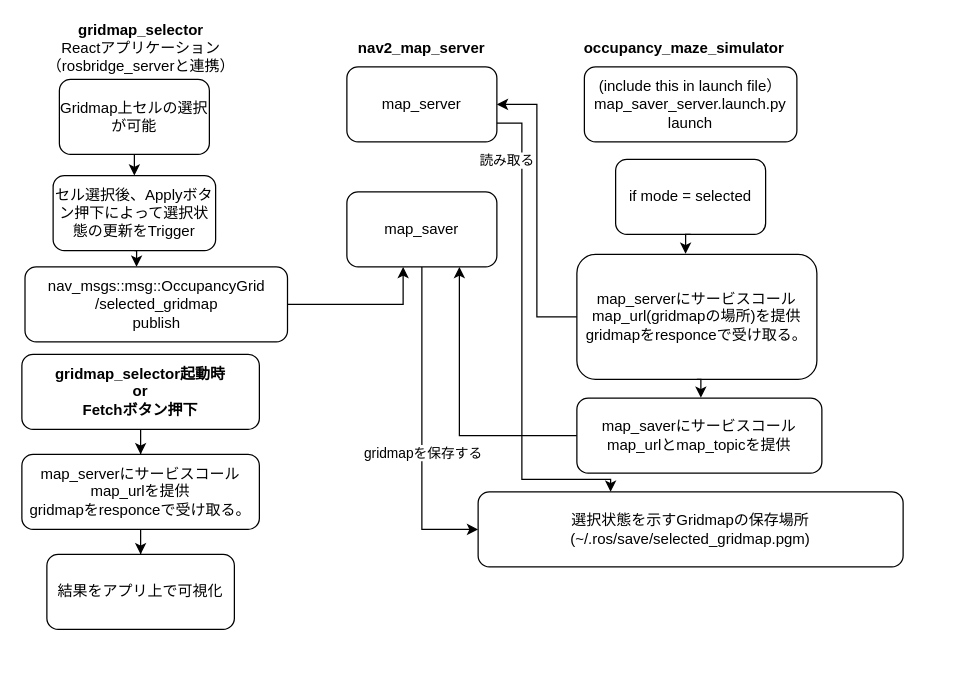
Above: occupancy_maze_simulator/doc/customizable_gridmap_handling.drawio in pampem/OccupancyMazeSimulator (draw.io), before the change. Source tidied: cells renumbered, new cells numbered last; positions are measured from the earlier drawing's top-left corner, leaving out a move shared by most shapes. Both pictures are drawn from the tidied source at 125%, with x=0, y=0 at pixel (21, 22).
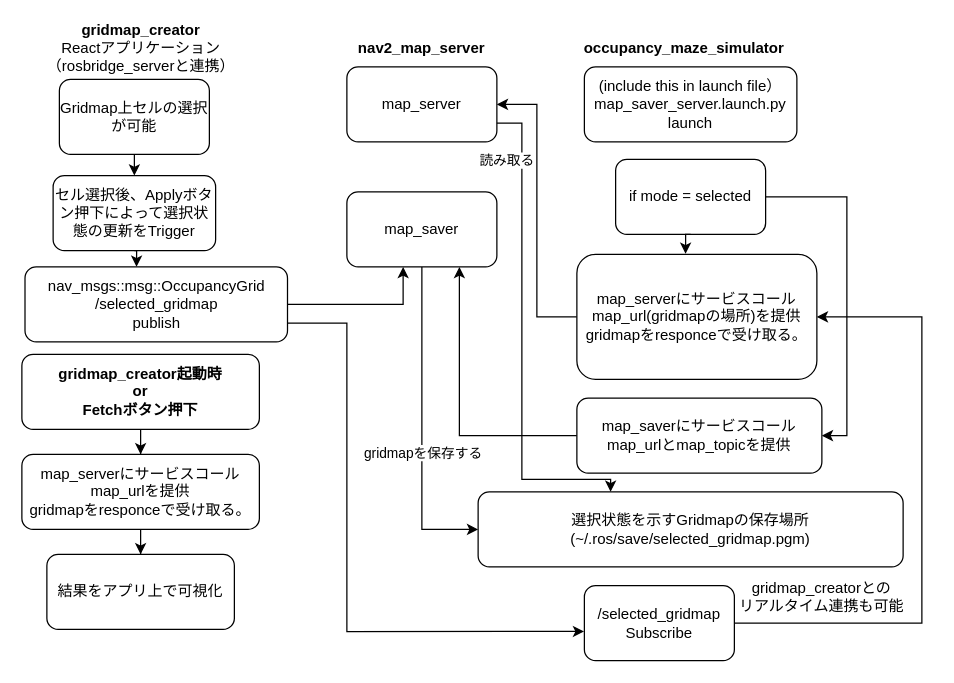
After the change.

Commit message (it also covers changes not shown here):
Updates diagram and image for gridmap handling

The change refers to these unchanged cells:
```xml
<mxCell id="6" value="nav_msgs::msg::OccupancyGrid&lt;div&gt;/selected_gridmap&lt;/div&gt;&lt;div&gt;publish&lt;/div&gt;" style="rounded=1;whiteSpace=wrap;html=1;" parent="1" vertex="1">
  <mxGeometry x="2.5" y="195" width="210" height="60" as="geometry" />
</mxCell>
<mxCell id="11" value="if mode = selected" style="rounded=1;whiteSpace=wrap;html=1;" parent="1" vertex="1">
  <mxGeometry x="475" y="109" width="120" height="60" as="geometry" />
</mxCell>
<mxCell id="13" value="map_serverにサービスコール&lt;div&gt;map_url(gridmapの場所)を提供&lt;/div&gt;&lt;div&gt;gridmapをresponceで受け取る。&lt;/div&gt;" style="rounded=1;whiteSpace=wrap;html=1;" parent="1" vertex="1">
  <mxGeometry x="444" y="185" width="192" height="100" as="geometry" />
</mxCell>
<mxCell id="15" value="map_saverにサービスコール&lt;div&gt;map_urlとmap_topicを提供&lt;/div&gt;" style="rounded=1;whiteSpace=wrap;html=1;" parent="1" vertex="1">
  <mxGeometry x="444" y="300" width="196" height="60" as="geometry" />
</mxCell>
```

The edit, as a diff of the source:
```diff
@@
-    <mxCell id="4" value="&lt;div&gt;&lt;b&gt;gridmap_selector&lt;/b&gt;&lt;/div&gt;Reactアプリケーション&lt;div&gt;（rosbridge_serverと連携）&lt;/div&gt;" style="text;html=1;align=center;verticalAlign=middle;whiteSpace=wrap;rounded=0;" parent="1" vertex="1">
+    <mxCell id="4" value="&lt;div&gt;&lt;b&gt;gridmap_creator&lt;/b&gt;&lt;/div&gt;Reactアプリケーション&lt;div&gt;（rosbridge_serverと連携）&lt;/div&gt;" style="text;html=1;align=center;verticalAlign=middle;whiteSpace=wrap;rounded=0;" parent="1" vertex="1">
       <mxGeometry x="7.5" width="175" height="40" as="geometry" />
     </mxCell>
@@
+    <mxCell id="31" style="edgeStyle=orthogonalEdgeStyle;rounded=0;jettySize=auto;html=1;exitX=1;exitY=0.5;exitDx=0;exitDy=0;entryX=1;entryY=0.5;entryDx=0;entryDy=0;" parent="1" edge="1" source="11" target="15">
+      <mxGeometry relative="1" as="geometry" />
+    </mxCell>
@@
-    <mxCell id="25" style="edgeStyle=orthogonalEdgeStyle;rounded=0;jettySize=auto;html=1;exitX=0.5;exitY=1;exitDx=0;exitDy=0;entryX=0.506;entryY=-0.006;entryDx=0;entryDy=0;entryPerimeter=0;" parent="1" edge="1" source="13" target="15">
-      <mxGeometry relative="1" as="geometry" />
-    </mxCell>
@@
-    <mxCell id="27" value="&lt;b&gt;gridmap_selector起動時&lt;/b&gt;&lt;div&gt;&lt;b&gt;or&lt;/b&gt;&lt;/div&gt;&lt;div&gt;&lt;b&gt;Fetchボタン押下&lt;/b&gt;&lt;/div&gt;" style="rounded=1;whiteSpace=wrap;html=1;" parent="1" vertex="1">
+    <mxCell id="27" value="&lt;b&gt;gridmap_creator起動時&lt;/b&gt;&lt;div&gt;&lt;b&gt;or&lt;/b&gt;&lt;/div&gt;&lt;div&gt;&lt;b&gt;Fetchボタン押下&lt;/b&gt;&lt;/div&gt;" style="rounded=1;whiteSpace=wrap;html=1;" parent="1" vertex="1">
       <mxGeometry y="265" width="190" height="60" as="geometry" />
     </mxCell>
@@
+    <mxCell id="32" style="edgeStyle=orthogonalEdgeStyle;rounded=0;jettySize=auto;html=1;entryX=1;entryY=0.5;entryDx=0;entryDy=0;" parent="1" edge="1" source="33" target="13">
+      <mxGeometry relative="1" as="geometry">
+        <Array as="points">
+          <mxPoint x="720" y="480" />
+          <mxPoint x="720" y="235" />
+        </Array>
+      </mxGeometry>
+    </mxCell>
+    <mxCell id="33" value="/selected_gridmap&lt;div&gt;Subscribe&lt;/div&gt;" style="rounded=1;whiteSpace=wrap;html=1;" parent="1" vertex="1">
+      <mxGeometry x="450" y="450" width="120" height="60" as="geometry" />
+    </mxCell>
+    <mxCell id="34" value="gridmap_creatorとの&lt;div&gt;リアルタイム連携も可能&lt;/div&gt;" style="text;html=1;align=center;verticalAlign=middle;whiteSpace=wrap;rounded=0;" parent="1" vertex="1">
+      <mxGeometry x="570" y="444" width="140" height="30" as="geometry" />
+    </mxCell>
+    <mxCell id="35" style="edgeStyle=orthogonalEdgeStyle;rounded=0;jettySize=auto;html=1;exitX=1;exitY=0.75;exitDx=0;exitDy=0;entryX=-0.002;entryY=0.611;entryDx=0;entryDy=0;entryPerimeter=0;" parent="1" edge="1" source="6" target="33">
+      <mxGeometry relative="1" as="geometry">
+        <Array as="points">
+          <mxPoint x="260" y="240" />
+          <mxPoint x="260" y="487" />
+        </Array>
+      </mxGeometry>
+    </mxCell>
```
